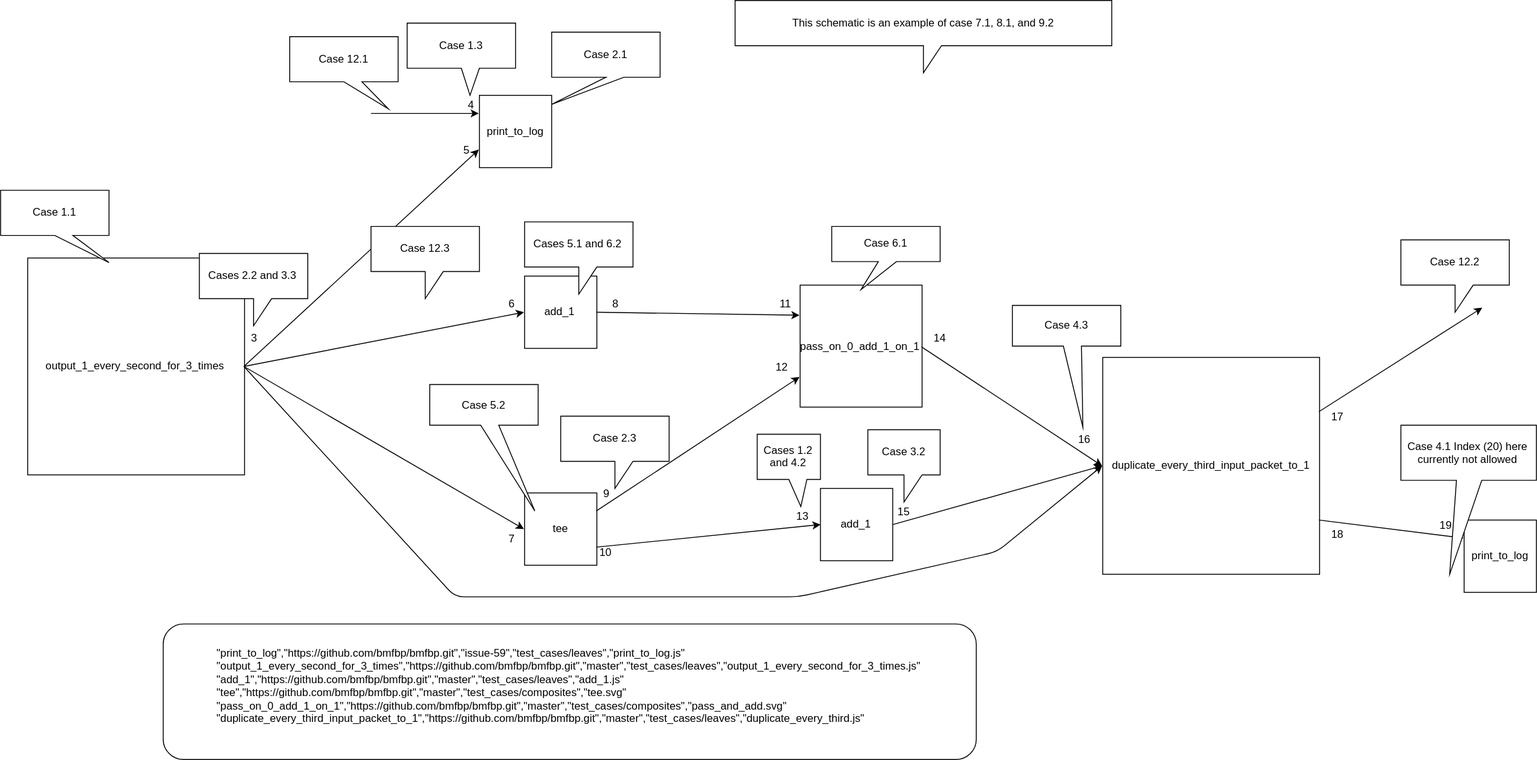
Before: svg/js-compiler/test_diagrams/top_level.svg, a diagram exported from draw.io (bmfbp/bmfbp). Source tidied: cells renumbered, new cells last; positions are measured from the earlier drawing's top-left corner, leaving out a move shared by most shapes.
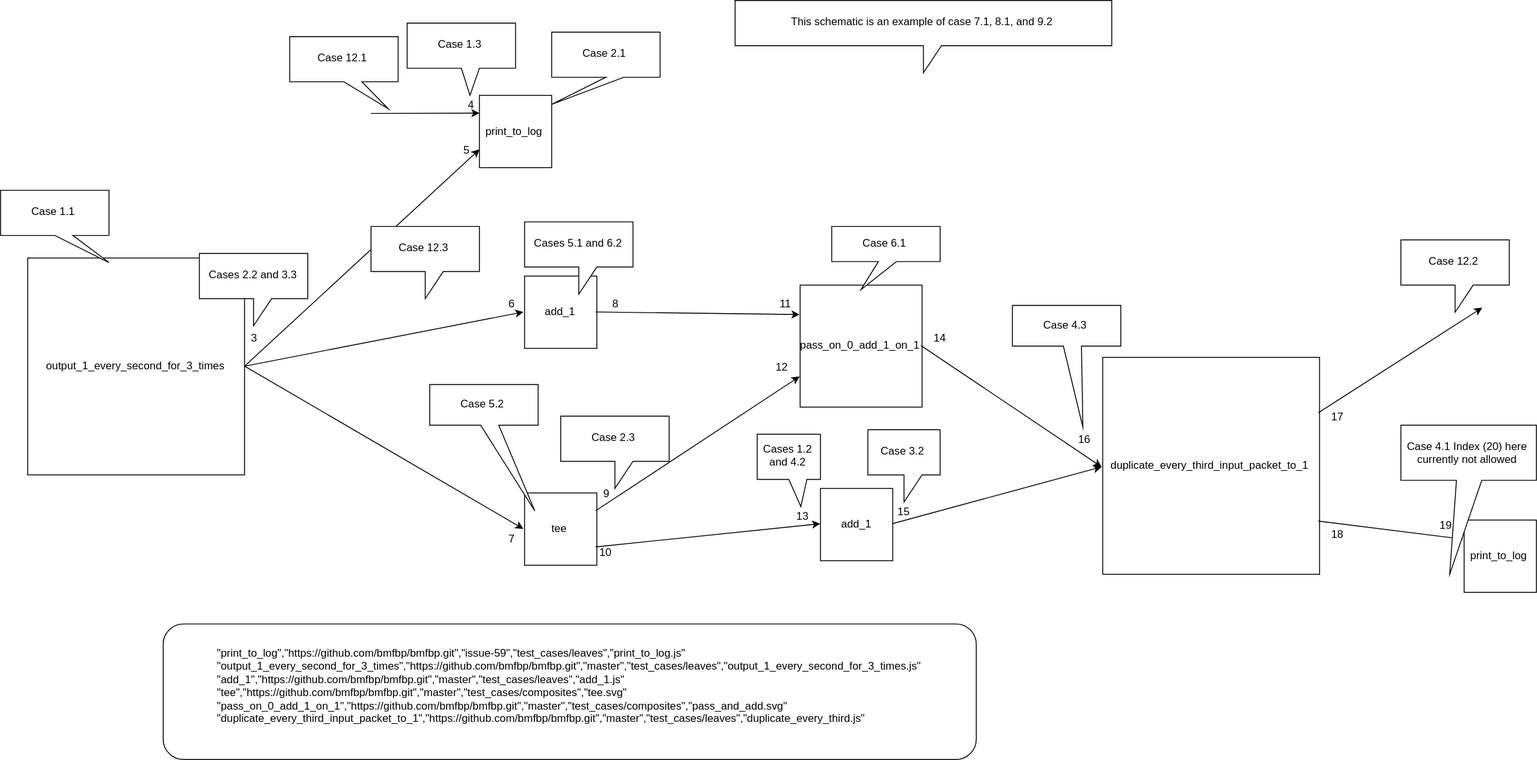
The same diagram one commit later.

What changed in the source:
```diff
@@ -165,14 +165,5 @@
     <mxCell id="54" value="Case 12.1" style="shape=callout;whiteSpace=wrap;html=1;perimeter=calloutPerimeter;position2=0.91;" parent="1" vertex="1">
       <mxGeometry x="320" y="40" width="120" height="80" as="geometry" />
     </mxCell>
-    <mxCell id="55" style="endArrow=classic;html=1;entryX=0;entryY=0.5;entryDx=0;entryDy=0;exitX=1;exitY=0.5;exitDx=0;exitDy=0;" parent="1" edge="1" source="2" target="8">
-      <mxGeometry relative="1" as="geometry">
-        <Array as="points">
-          <mxPoint x="503" y="660" />
-          <mxPoint x="883" y="660" />
-          <mxPoint x="1103" y="610" />
-        </Array>
-      </mxGeometry>
-    </mxCell>
   </root>
 </mxGraphModel>
```
